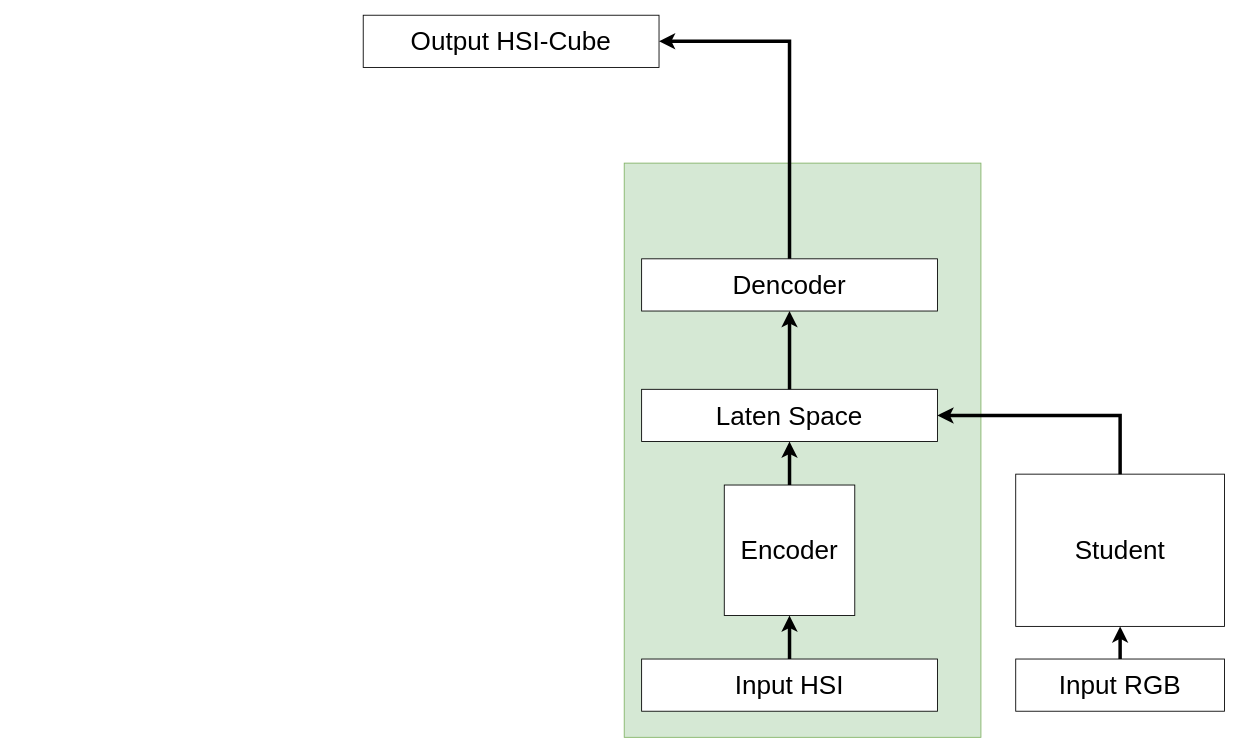
Before: LAB_TSM_v4_2.drawio in Kevb-source/diagramms.net, a draw.io diagram. Source tidied: cells renumbered, new cells numbered last; positions are measured from the earlier drawing's top-left corner, leaving out a move shared by most shapes. Both pictures are drawn from the tidied source at 87%, with x=0, y=0 at pixel (363, 15).
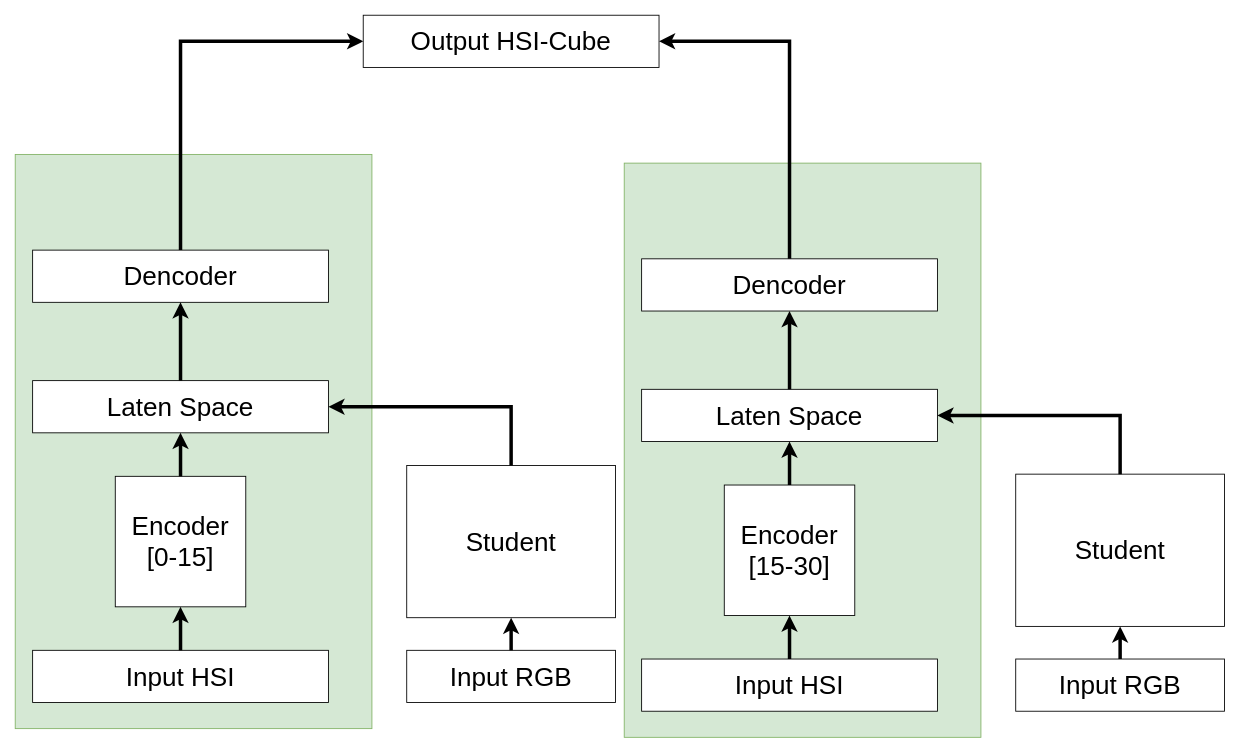
After the change.

Unchanged cells that the change refers to:
```xml
<mxCell id="3" value="&lt;font style=&quot;font-size: 30px;&quot;&gt;Output HSI-Cube&lt;/font&gt;" style="rounded=0;whiteSpace=wrap;html=1;" parent="1" vertex="1">
  <mxGeometry width="340" height="60" as="geometry" />
</mxCell>
```

Diff of the diagram source:
```diff
@@
-    <mxCell id="11" value="&lt;font style=&quot;font-size: 30px;&quot;&gt;Encoder&lt;/font&gt;" style="whiteSpace=wrap;html=1;" parent="1" vertex="1">
+    <mxCell id="11" value="&lt;div&gt;&lt;font style=&quot;font-size: 30px;&quot;&gt;Encoder&lt;/font&gt;&lt;/div&gt;&lt;font style=&quot;font-size: 30px;&quot;&gt;[15-30]&lt;/font&gt;" style="whiteSpace=wrap;html=1;" parent="1" vertex="1">
       <mxGeometry x="415" y="540" width="150" height="150" as="geometry" />
     </mxCell>
@@
+    <mxCell id="16" style="rounded=0;whiteSpace=wrap;html=1;fillColor=#d5e8d4;strokeColor=#82b366;" parent="1" vertex="1">
+      <mxGeometry x="-400" y="160" width="410" height="660" as="geometry" />
+    </mxCell>
+    <mxCell id="17" value="&lt;font style=&quot;font-size: 30px;&quot;&gt;Laten Space&lt;/font&gt;" style="rounded=0;whiteSpace=wrap;html=1;" parent="1" vertex="1">
+      <mxGeometry x="-380" y="420" width="340" height="60" as="geometry" />
+    </mxCell>
+    <mxCell id="18" style="edgeStyle=orthogonalEdgeStyle;rounded=0;jettySize=auto;html=1;exitX=0.5;exitY=0;exitDx=0;exitDy=0;entryX=0;entryY=0.5;entryDx=0;entryDy=0;strokeWidth=4;" parent="1" edge="1" source="19" target="3">
+      <mxGeometry relative="1" as="geometry" />
+    </mxCell>
+    <mxCell id="19" value="&lt;font style=&quot;font-size: 30px;&quot;&gt;Dencoder&lt;/font&gt;" style="rounded=0;whiteSpace=wrap;html=1;" parent="1" vertex="1">
+      <mxGeometry x="-380" y="270" width="340" height="60" as="geometry" />
+    </mxCell>
+    <mxCell id="20" value="&lt;font style=&quot;font-size: 30px;&quot;&gt;Input HSI&lt;/font&gt;" style="rounded=0;whiteSpace=wrap;html=1;" parent="1" vertex="1">
+      <mxGeometry x="-380" y="730" width="340" height="60" as="geometry" />
+    </mxCell>
+    <mxCell id="21" value="&lt;font style=&quot;font-size: 30px;&quot;&gt;Student&lt;/font&gt;" style="rounded=0;whiteSpace=wrap;html=1;" parent="1" vertex="1">
+      <mxGeometry x="50" y="517.5" width="240" height="175" as="geometry" />
+    </mxCell>
+    <mxCell id="22" value="&lt;font style=&quot;font-size: 30px;&quot;&gt;Input RGB&lt;/font&gt;" style="rounded=0;whiteSpace=wrap;html=1;" parent="1" vertex="1">
+      <mxGeometry x="50" y="730" width="240" height="60" as="geometry" />
+    </mxCell>
+    <mxCell id="23" style="endArrow=classic;html=1;rounded=0;entryX=1;entryY=0.5;entryDx=0;entryDy=0;exitX=0.5;exitY=0;exitDx=0;exitDy=0;strokeWidth=4;" parent="1" edge="1" source="21" target="17">
+      <mxGeometry relative="1" as="geometry">
+        <Array as="points">
+          <mxPoint x="170" y="450" />
+        </Array>
+      </mxGeometry>
+    </mxCell>
+    <mxCell id="24" style="endArrow=classic;html=1;rounded=0;strokeWidth=4;exitX=0.5;exitY=0;exitDx=0;exitDy=0;entryX=0.5;entryY=1;entryDx=0;entryDy=0;" parent="1" edge="1" source="22" target="21">
+      <mxGeometry relative="1" as="geometry" />
+    </mxCell>
+    <mxCell id="25" value="&lt;div&gt;&lt;font style=&quot;font-size: 30px;&quot;&gt;Encoder&lt;/font&gt;&lt;/div&gt;&lt;div&gt;&lt;font style=&quot;font-size: 30px;&quot;&gt;[0-15]&lt;/font&gt;&lt;/div&gt;" style="whiteSpace=wrap;html=1;" parent="1" vertex="1">
+      <mxGeometry x="-285" y="530" width="150" height="150" as="geometry" />
+    </mxCell>
+    <mxCell id="26" style="endArrow=classic;html=1;rounded=0;strokeWidth=4;exitX=0.5;exitY=0;exitDx=0;exitDy=0;entryX=0.5;entryY=1;entryDx=0;entryDy=0;" parent="1" edge="1" source="20" target="25">
+      <mxGeometry relative="1" as="geometry" />
+    </mxCell>
+    <mxCell id="27" style="endArrow=classic;html=1;rounded=0;strokeWidth=4;exitX=0.5;exitY=0;exitDx=0;exitDy=0;entryX=0.5;entryY=1;entryDx=0;entryDy=0;" parent="1" edge="1" source="25" target="17">
+      <mxGeometry relative="1" as="geometry" />
+    </mxCell>
+    <mxCell id="28" style="endArrow=classic;html=1;rounded=0;strokeWidth=4;exitX=0.5;exitY=0;exitDx=0;exitDy=0;entryX=0.5;entryY=1;entryDx=0;entryDy=0;" parent="1" edge="1" source="17" target="19">
+      <mxGeometry relative="1" as="geometry" />
+    </mxCell>
```
